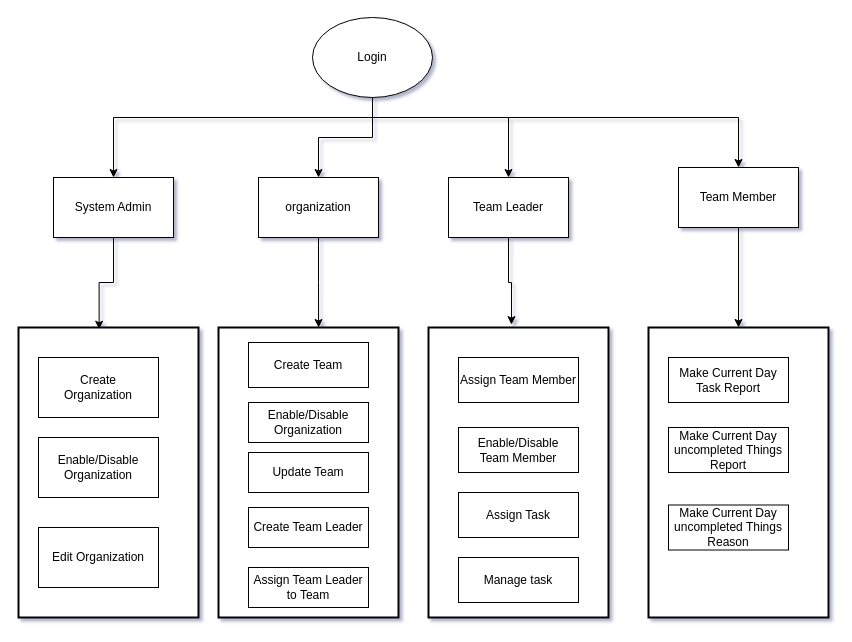
Earlier version of the draw.io diagram dailyStandupMeeting.drawio (MdGolam-Kibria/ApiForRoadsideHelper). Source tidied: cells renumbered, new cells numbered last; positions are measured from the earlier drawing's top-left corner, leaving out a move shared by most shapes. Both pictures are drawn from the tidied source at 100%, with x=0, y=0 at pixel (18, 17).
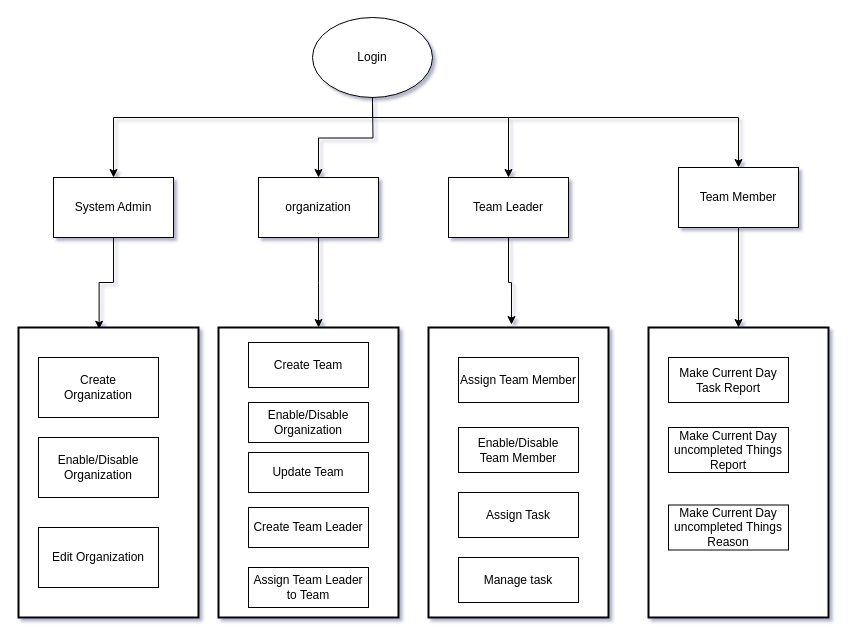
The same page after the edit.

The change refers to these unchanged cells:
```xml
<mxCell id="9" value="System Admin" style="rounded=0;whiteSpace=wrap;html=1;" parent="1" vertex="1">
  <mxGeometry x="35" y="160" width="120" height="60" as="geometry" />
</mxCell>
<mxCell id="11" value="organization" style="rounded=0;whiteSpace=wrap;html=1;" parent="1" vertex="1">
  <mxGeometry x="240" y="160" width="120" height="60" as="geometry" />
</mxCell>
<mxCell id="13" value="Team Leader" style="rounded=0;whiteSpace=wrap;html=1;" parent="1" vertex="1">
  <mxGeometry x="430" y="160" width="120" height="60" as="geometry" />
</mxCell>
<mxCell id="15" value="Team Member" style="rounded=0;whiteSpace=wrap;html=1;" parent="1" vertex="1">
  <mxGeometry x="660" y="150" width="120" height="60" as="geometry" />
</mxCell>
```

Change to the diagram source:
```diff
@@
+    <mxCell id="6" style="ellipse;whiteSpace=wrap;html=1;rounded=0;" parent="1" vertex="1">
+      <mxGeometry x="294" width="120" height="80" as="geometry" />
+    </mxCell>
-    <mxCell id="2" style="edgeStyle=orthogonalEdgeStyle;rounded=0;jettySize=auto;html=1;entryX=0.5;entryY=0;entryDx=0;entryDy=0;" parent="1" edge="1" source="6" target="9">
+    <mxCell id="2" style="edgeStyle=orthogonalEdgeStyle;rounded=0;jettySize=auto;html=1;entryX=0.5;entryY=0;entryDx=0;entryDy=0;" parent="1" edge="1" target="9">
       <mxGeometry relative="1" as="geometry">
+        <mxPoint x="354" y="80" as="sourcePoint" />
         <Array as="points">
           <mxPoint x="95" y="100" />
         </Array>
       </mxGeometry>
     </mxCell>
-    <mxCell id="3" style="edgeStyle=orthogonalEdgeStyle;rounded=0;jettySize=auto;html=1;entryX=0.5;entryY=0;entryDx=0;entryDy=0;" parent="1" edge="1" source="6" target="11">
-      <mxGeometry relative="1" as="geometry" />
+    <mxCell id="3" style="edgeStyle=orthogonalEdgeStyle;rounded=0;jettySize=auto;html=1;entryX=0.5;entryY=0;entryDx=0;entryDy=0;" parent="1" edge="1" target="11">
+      <mxGeometry relative="1" as="geometry">
+        <mxPoint x="354" y="80" as="sourcePoint" />
+      </mxGeometry>
     </mxCell>
-    <mxCell id="4" style="edgeStyle=orthogonalEdgeStyle;rounded=0;jettySize=auto;html=1;exitX=0.5;exitY=1;exitDx=0;exitDy=0;entryX=0.5;entryY=0;entryDx=0;entryDy=0;" parent="1" edge="1" source="6" target="13">
+    <mxCell id="4" style="edgeStyle=orthogonalEdgeStyle;rounded=0;jettySize=auto;html=1;exitX=0.5;exitY=1;exitDx=0;exitDy=0;entryX=0.5;entryY=0;entryDx=0;entryDy=0;" parent="1" edge="1" target="13">
       <mxGeometry relative="1" as="geometry">
+        <mxPoint x="354" y="80" as="sourcePoint" />
         <Array as="points">
           <mxPoint x="354" y="100" />
           <mxPoint x="490" y="100" />
         </Array>
       </mxGeometry>
     </mxCell>
-    <mxCell id="5" style="edgeStyle=orthogonalEdgeStyle;rounded=0;jettySize=auto;html=1;exitX=0.5;exitY=1;exitDx=0;exitDy=0;entryX=0.5;entryY=0;entryDx=0;entryDy=0;" parent="1" edge="1" source="6" target="15">
+    <mxCell id="5" style="edgeStyle=orthogonalEdgeStyle;rounded=0;jettySize=auto;html=1;exitX=0.5;exitY=1;exitDx=0;exitDy=0;entryX=0.5;entryY=0;entryDx=0;entryDy=0;" parent="1" edge="1" target="15">
       <mxGeometry relative="1" as="geometry">
+        <mxPoint x="354" y="80" as="sourcePoint" />
         <Array as="points">
           <mxPoint x="354" y="100" />
           <mxPoint x="720" y="100" />
         </Array>
       </mxGeometry>
     </mxCell>
-    <mxCell id="6" style="ellipse;whiteSpace=wrap;html=1;rounded=0;" parent="1" vertex="1">
-      <mxGeometry x="294" width="120" height="80" as="geometry" />
-    </mxCell>
-    <mxCell id="7" value="Login" style="text;html=1;strokeColor=none;fillColor=none;align=center;verticalAlign=middle;whiteSpace=wrap;rounded=0;" parent="6" vertex="1">
-      <mxGeometry x="30" y="25" width="60" height="30" as="geometry" />
+    <mxCell id="7" value="Login" style="text;html=1;strokeColor=none;fillColor=none;align=center;verticalAlign=middle;whiteSpace=wrap;rounded=0;" parent="1" vertex="1">
+      <mxGeometry x="324" y="25" width="60" height="30" as="geometry" />
     </mxCell>
```
